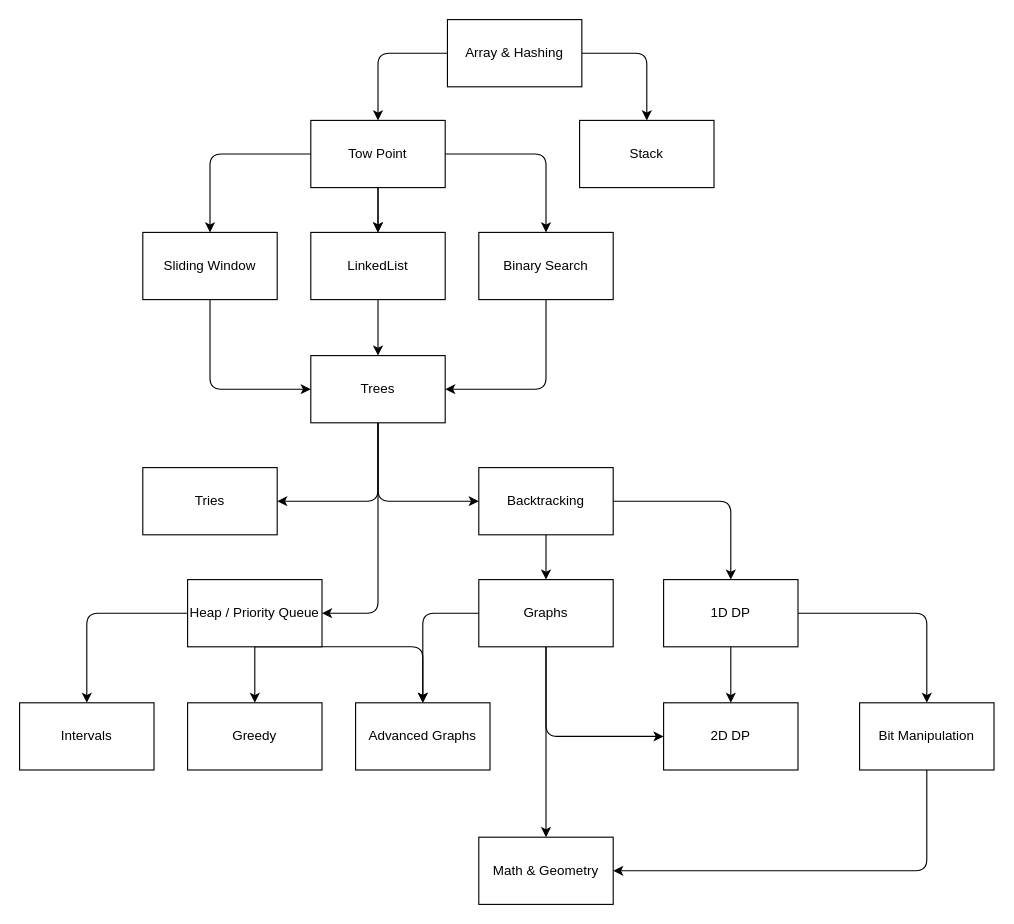
This is roadmap.drawio from uwspstar/DataStructures-Algorithms, a draw.io file, before an edit. Source tidied: cells renumbered, new cells numbered last; positions are measured from the earlier drawing's top-left corner, leaving out a move shared by most shapes. Both pictures are drawn from the tidied source at 112%, with x=0, y=0 at pixel (19, 19).
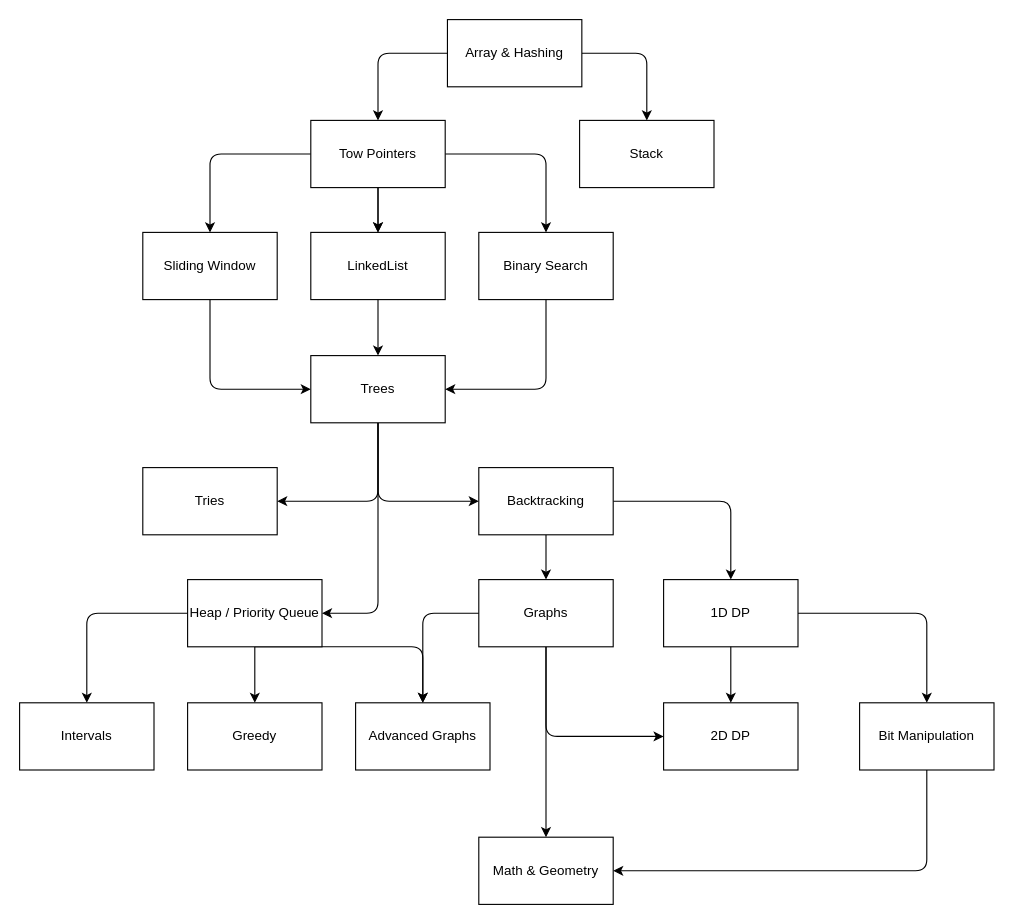
The same diagram, later.

What changed in the source:
```diff
@@
-    <mxCell id="9" value="Tow Point" style="rounded=0;whiteSpace=wrap;html=1;" parent="1" vertex="1">
+    <mxCell id="9" value="Tow Pointers" style="rounded=0;whiteSpace=wrap;html=1;" parent="1" vertex="1">
       <mxGeometry x="260" y="90" width="120" height="60" as="geometry" />
     </mxCell>
```
